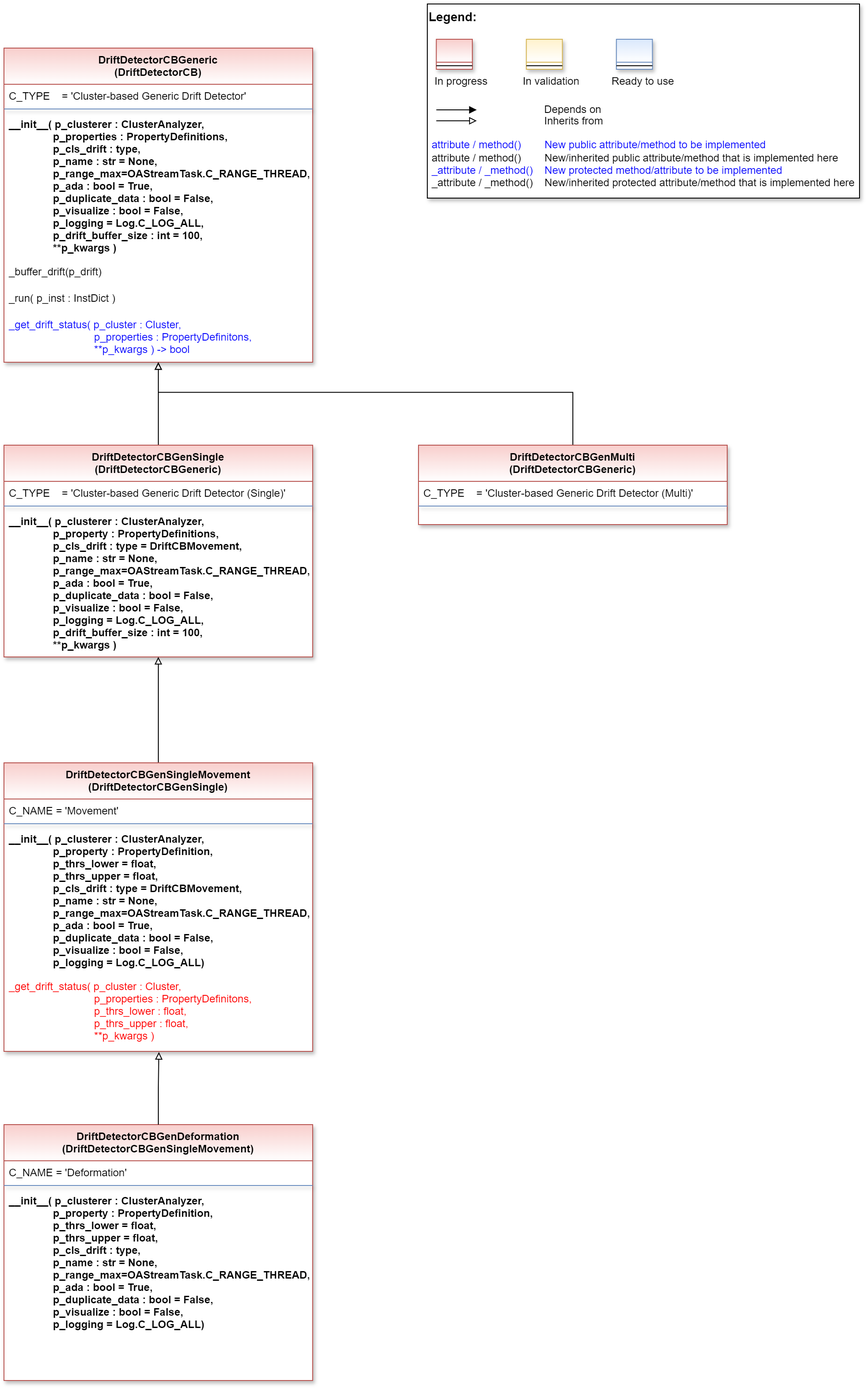
The draw.io diagram doc/rtd/content/99_appendices/appendix2/sub/mlpro_oa/streams/40_drift_detection/20_cluster_based/generic/images/MLPro-OA-CB-Gen-Drift-Detectors_class_diagram.drawio.png in fhswf/MLPro, before a commit. Source tidied: cells renumbered, new cells last; positions are measured from the earlier drawing's top-left corner, leaving out a move shared by most shapes.
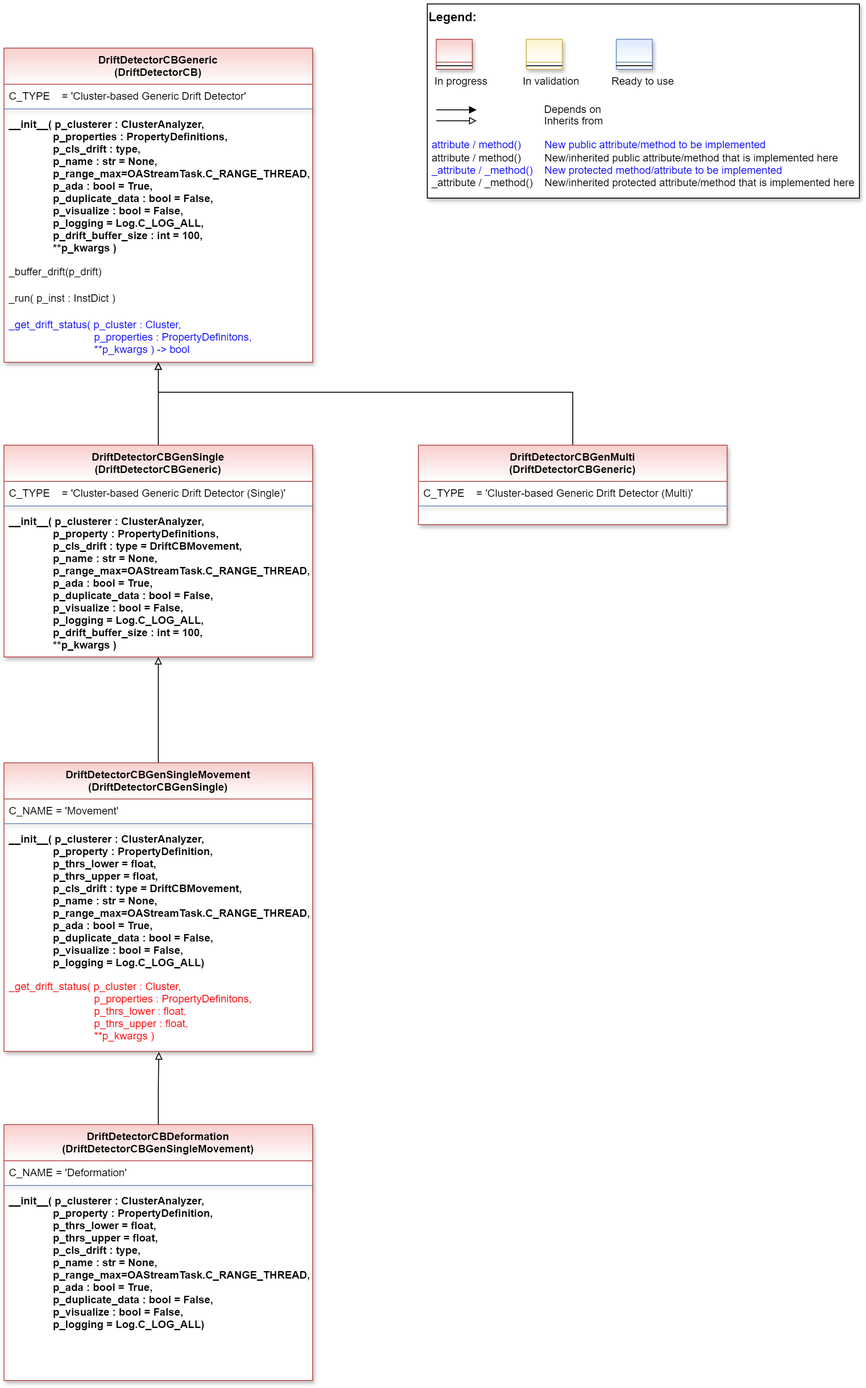
The same file after the commit.

The edit, as a diff of the source:
```diff
@@ -114,7 +114,7 @@
     <mxCell id="33" value="_get_drift_status( p_cluster : Cluster,&#10;                             p_properties : PropertyDefinitons,&#10;                             p_thrs_lower : float,&#10;                             p_thrs_upper : float,&#10;                             **p_kwargs )" style="text;align=left;verticalAlign=top;spacingLeft=4;spacingRight=4;overflow=hidden;points=[[0,0.5],[1,0.5]];portConstraint=eastwest;shadow=1;fontColor=#FF0000;" parent="29" vertex="1">
       <mxGeometry y="240" width="350" height="87" as="geometry" />
     </mxCell>
-    <mxCell id="34" value="DriftDetectorCBGenDeformation&#10;(DriftDetectorCBGenSingleMovement)" style="swimlane;align=center;verticalAlign=top;horizontal=1;startSize=41;rounded=0;shadow=1;strokeWidth=1;fillColor=#f8cecc;strokeColor=#b85450;swimlaneFillColor=#ffffff;gradientColor=#FFFFFF;" parent="1" vertex="1">
+    <mxCell id="34" value="DriftDetectorCBDeformation&#10;(DriftDetectorCBGenSingleMovement)" style="swimlane;align=center;verticalAlign=top;horizontal=1;startSize=41;rounded=0;shadow=1;strokeWidth=1;fillColor=#f8cecc;strokeColor=#b85450;swimlaneFillColor=#ffffff;gradientColor=#FFFFFF;" parent="1" vertex="1">
       <mxGeometry y="1270" width="350" height="290" as="geometry" />
     </mxCell>
     <mxCell id="35" value="C_NAME = 'Deformation'" style="text;align=left;verticalAlign=top;spacingLeft=4;spacingRight=4;overflow=hidden;" parent="34" vertex="1">
```
